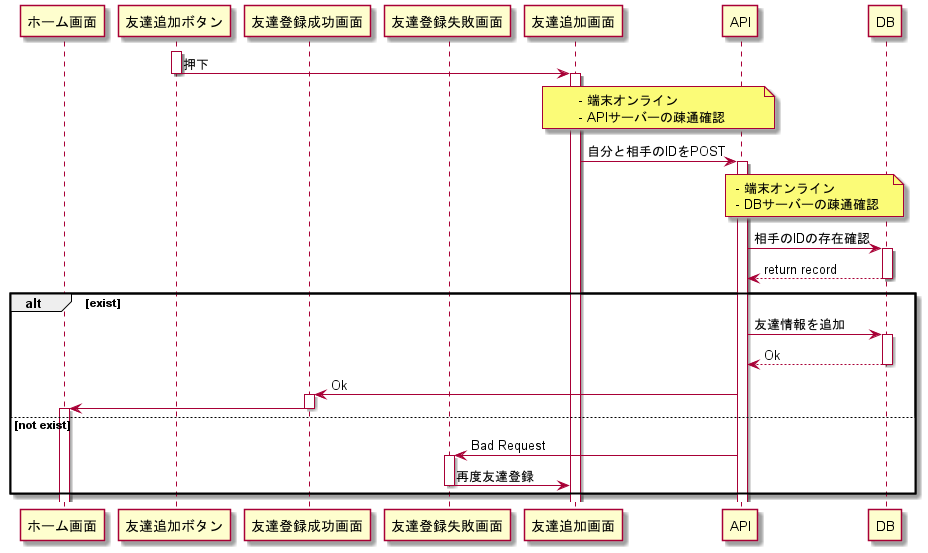
Above: out/SequentialDiagram/addFriendFlow/add_friend/友達追加フロー.png in beaconFUN/FLAT-uml (PlantUML), before the change.
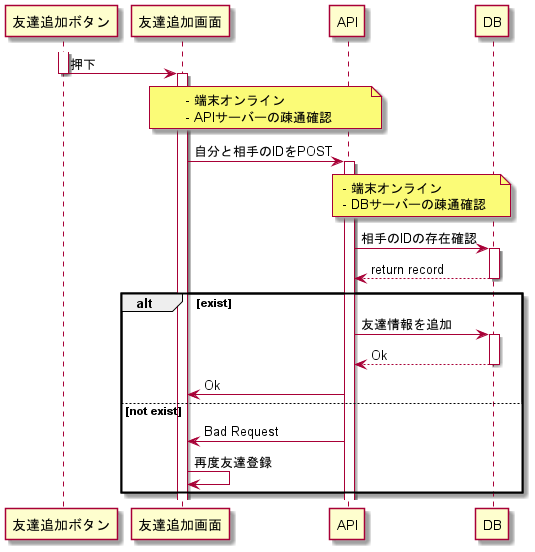
Above is the later version.

Commit message:
Update: デザインに追従

What changed in the source:
```diff
@@ -1,9 +1,6 @@
 @startuml 友達追加フロー
 
-participant ホーム画面 order 10
 participant 友達追加ボタン order 20
-participant 友達登録成功画面 order 30
-participant 友達登録失敗画面 order 40
 participant 友達追加画面 order 50
 participant API order 60
 participant DB order 70
@@ -20,11 +17,10 @@
 alt exist
     API -> DB ++: 友達情報を追加
     return Ok
-    API -> 友達登録成功画面 ++ : Ok
-    友達登録成功画面 -> ホーム画面 --++
+    API -> 友達追加画面 : Ok
 else not exist
-    API -> 友達登録失敗画面 ++ : Bad Request
-    友達登録失敗画面 -> 友達追加画面 --: 再度友達登録
+    API -> 友達追加画面 : Bad Request
+    友達追加画面 -> 友達追加画面 : 再度友達登録
 end
 
 @enduml
```
